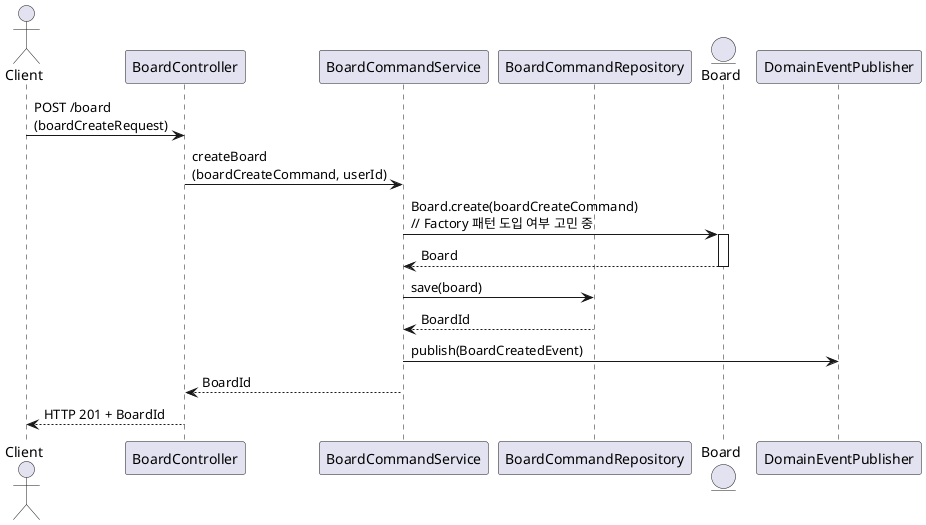
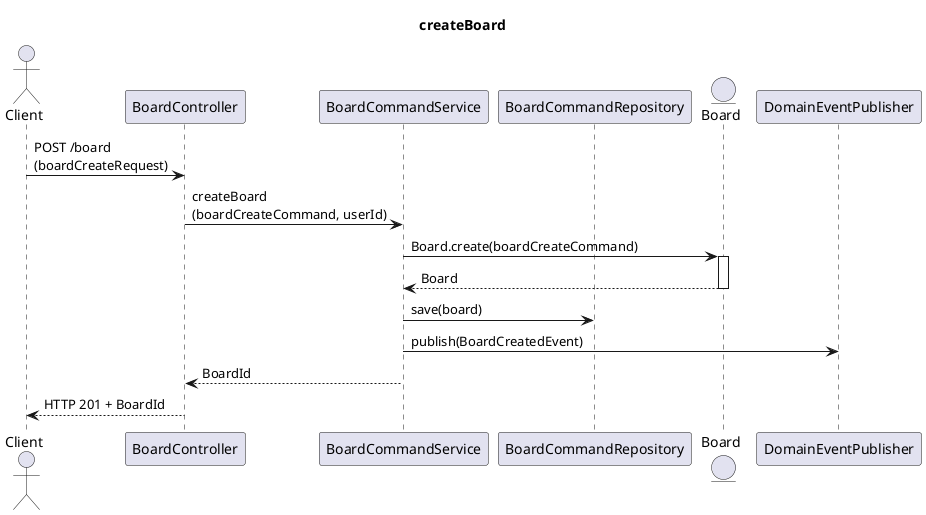
@startuml
+ title createBoard
+ 
actor Client
participant BoardController
participant BoardCommandService
participant BoardCommandRepository
Entity Board
participant DomainEventPublisher


Client -> BoardController : POST /board \n(boardCreateRequest)

BoardController -> BoardCommandService : createBoard \n(boardCreateCommand, userId)

- BoardCommandService -> Board : Board.create(boardCreateCommand) \n// Factory 패턴 도입 여부 고민 중
+ BoardCommandService -> Board : Board.create(boardCreateCommand)

activate Board
Board --> BoardCommandService : Board
deactivate Board

BoardCommandService -> BoardCommandRepository : save(board)
- BoardCommandRepository --> BoardCommandService : BoardId

BoardCommandService -> DomainEventPublisher : publish(BoardCreatedEvent)

BoardCommandService --> BoardController : BoardId
BoardController --> Client : HTTP 201 + BoardId
@enduml